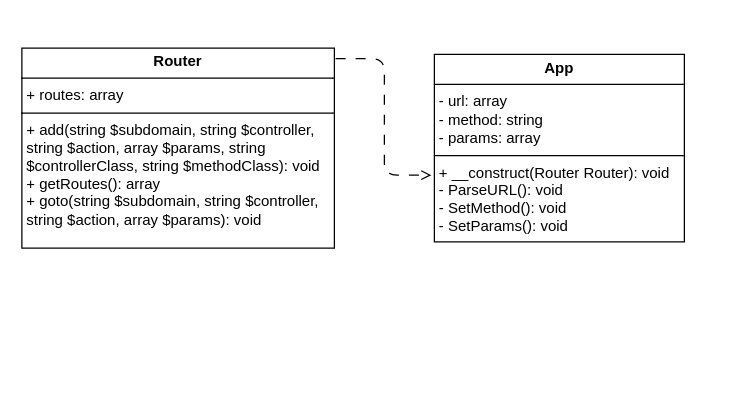
This is docs/Untitled Diagram.drawio from mohamedsaleh077/store.com, a draw.io file, before an edit. Source tidied: cells renumbered, new cells numbered last; positions are measured from the earlier drawing's top-left corner, leaving out a move shared by most shapes. Both pictures are drawn from the tidied source at 125%, with x=0, y=0 at pixel (21, 48).
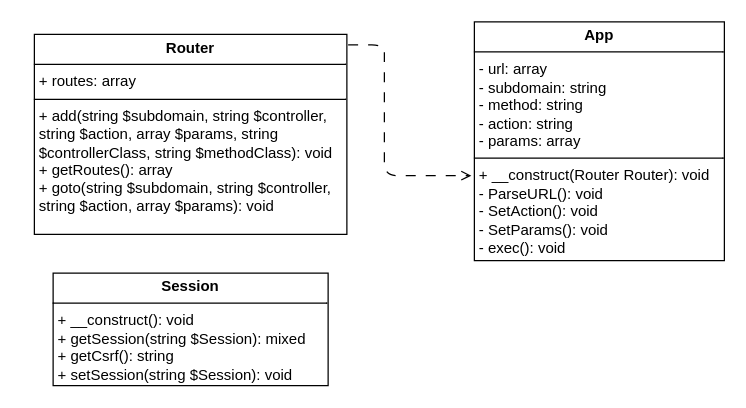
After the change.

What changed in the source:
```diff
@@
 <mxGraphModel>
   <root>
     <mxCell id="0" />
     <mxCell id="1" parent="0" />
-    <mxCell id="2" value="&lt;p style=&quot;margin:0px;margin-top:4px;text-align:center;&quot;&gt;&lt;b&gt;App&lt;/b&gt;&lt;/p&gt;&lt;hr size=&quot;1&quot; style=&quot;border-style:solid;&quot;&gt;&lt;p style=&quot;margin:0px;margin-left:4px;&quot;&gt;- url: array&lt;/p&gt;&lt;p style=&quot;margin:0px;margin-left:4px;&quot;&gt;- method: string&lt;/p&gt;&lt;p style=&quot;margin:0px;margin-left:4px;&quot;&gt;- params: array&lt;/p&gt;&lt;hr size=&quot;1&quot; style=&quot;border-style:solid;&quot;&gt;&lt;p style=&quot;margin:0px;margin-left:4px;&quot;&gt;+ __construct(Router Router): void&lt;/p&gt;&lt;p style=&quot;margin:0px;margin-left:4px;&quot;&gt;-&amp;nbsp;ParseURL(): void&lt;/p&gt;&lt;p style=&quot;margin:0px;margin-left:4px;&quot;&gt;-&amp;nbsp;SetMethod(): void&lt;/p&gt;&lt;p style=&quot;margin:0px;margin-left:4px;&quot;&gt;-&amp;nbsp;SetParams(): void&lt;/p&gt;" style="verticalAlign=top;align=left;overflow=fill;html=1;whiteSpace=wrap;" parent="1" vertex="1">
-      <mxGeometry x="330" y="5" width="200" height="150" as="geometry" />
+    <mxCell id="2" value="&lt;p style=&quot;margin:0px;margin-top:4px;text-align:center;&quot;&gt;&lt;b&gt;App&lt;/b&gt;&lt;/p&gt;&lt;hr size=&quot;1&quot; style=&quot;border-style:solid;&quot;&gt;&lt;p style=&quot;margin:0px;margin-left:4px;&quot;&gt;- url: array&lt;/p&gt;&lt;p style=&quot;margin:0px;margin-left:4px;&quot;&gt;- subdomain: string&lt;/p&gt;&lt;p style=&quot;margin:0px;margin-left:4px;&quot;&gt;- method: string&lt;/p&gt;&lt;p style=&quot;margin:0px;margin-left:4px;&quot;&gt;- action: string&lt;/p&gt;&lt;p style=&quot;margin:0px;margin-left:4px;&quot;&gt;- params: array&lt;/p&gt;&lt;hr size=&quot;1&quot; style=&quot;border-style:solid;&quot;&gt;&lt;p style=&quot;margin:0px;margin-left:4px;&quot;&gt;+ __construct(Router Router): void&lt;/p&gt;&lt;p style=&quot;margin:0px;margin-left:4px;&quot;&gt;-&amp;nbsp;ParseURL(): void&lt;/p&gt;&lt;p style=&quot;margin:0px;margin-left:4px;&quot;&gt;-&amp;nbsp;SetAction(): void&lt;/p&gt;&lt;p style=&quot;margin:0px;margin-left:4px;&quot;&gt;-&amp;nbsp;SetParams(): void&lt;/p&gt;&lt;p style=&quot;margin:0px;margin-left:4px;&quot;&gt;- exec(): void&lt;/p&gt;" style="verticalAlign=top;align=left;overflow=fill;html=1;whiteSpace=wrap;" parent="1" vertex="1">
+      <mxGeometry x="362" y="-21" width="200" height="191" as="geometry" />
     </mxCell>
     <mxCell id="3" value="&lt;p style=&quot;margin:0px;margin-top:4px;text-align:center;&quot;&gt;&lt;b&gt;Router&lt;/b&gt;&lt;/p&gt;&lt;hr size=&quot;1&quot; style=&quot;border-style:solid;&quot;&gt;&lt;p style=&quot;margin:0px;margin-left:4px;&quot;&gt;+ routes: array&lt;/p&gt;&lt;hr size=&quot;1&quot; style=&quot;border-style:solid;&quot;&gt;&lt;p style=&quot;margin:0px;margin-left:4px;&quot;&gt;+ add(string $subdomain, string $controller, string $action, array $params, string $controllerClass, string $methodClass): void&lt;/p&gt;&lt;p style=&quot;margin:0px;margin-left:4px;&quot;&gt;+ getRoutes(): array&lt;/p&gt;&lt;p style=&quot;margin:0px;margin-left:4px;&quot;&gt;+ goto(&lt;span style=&quot;background-color: transparent; color: light-dark(rgb(0, 0, 0), rgb(255, 255, 255));&quot;&gt;string $subdomain, string $controller, string $action, array $params): void&lt;/span&gt;&lt;/p&gt;" style="verticalAlign=top;align=left;overflow=fill;html=1;whiteSpace=wrap;" parent="1" vertex="1">
-      <mxGeometry width="250" height="160" as="geometry" />
+      <mxGeometry x="10" y="-11" width="250" height="160" as="geometry" />
     </mxCell>
     <mxCell id="4" style="endArrow=open;endFill=0;html=1;edgeStyle=orthogonalEdgeStyle;align=left;verticalAlign=top;rounded=1;exitX=1.004;exitY=0.053;exitDx=0;exitDy=0;exitPerimeter=0;dashed=1;dashPattern=8 8;curved=0;entryX=-0.012;entryY=0.644;entryDx=0;entryDy=0;entryPerimeter=0;" parent="1" edge="1" source="3" target="2">
       <mxGeometry x="-1" relative="1" as="geometry">
         <Array as="points">
           <mxPoint x="290" y="8" />
           <mxPoint x="290" y="102" />
           <mxPoint x="328" y="102" />
         </Array>
       </mxGeometry>
     </mxCell>
+    <mxCell id="5" value="&lt;p style=&quot;margin:0px;margin-top:4px;text-align:center;&quot;&gt;&lt;b&gt;Session&lt;/b&gt;&lt;/p&gt;&lt;hr size=&quot;1&quot; style=&quot;border-style:solid;&quot;&gt;&lt;p style=&quot;margin:0px;margin-left:4px;&quot;&gt;+ __construct(): void&lt;/p&gt;&lt;p style=&quot;margin:0px;margin-left:4px;&quot;&gt;+ getSession(string $Session): mixed&lt;/p&gt;&lt;p style=&quot;margin:0px;margin-left:4px;&quot;&gt;+ getCsrf(): string&lt;/p&gt;&lt;p style=&quot;margin:0px;margin-left:4px;&quot;&gt;+ setSession(string $Session): void&lt;/p&gt;" style="verticalAlign=top;align=left;overflow=fill;html=1;whiteSpace=wrap;" parent="1" vertex="1">
+      <mxGeometry x="25" y="180" width="220" height="90" as="geometry" />
+    </mxCell>
   </root>
 </mxGraphModel>
```
